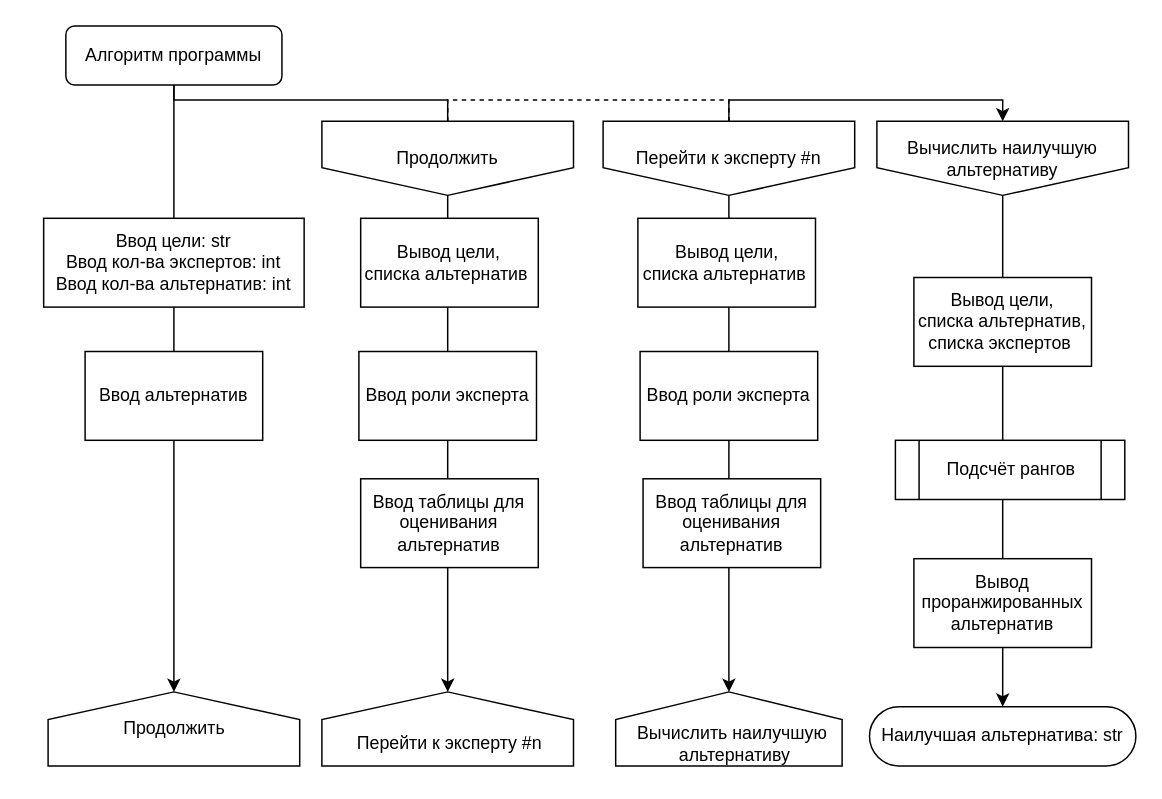
Luzinsan/tusur keeps this draw.io diagram as page "Алгоритм программы" (10 of 12) of 3_курс/5_семестр/ТСиСА/Курсовая/диаграммы.drawio. Above is the earlier version. Source tidied: cells renumbered, new cells numbered last; positions are measured from the earlier drawing's top-left corner, leaving out a move shared by most shapes. Both pictures are drawn from the tidied source at 148%, with x=0, y=0 at pixel (43, 25).
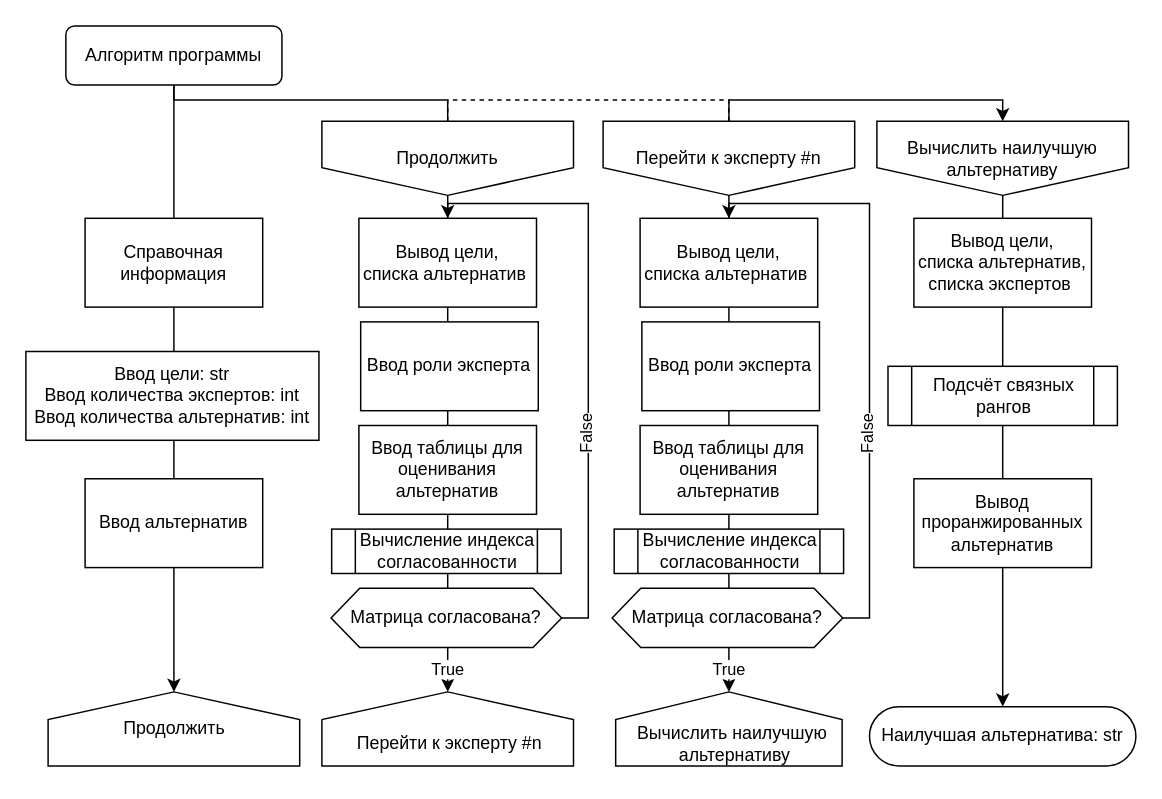
The same page after the edit.

Unchanged cells that the change refers to:
```xml
<mxCell id="10" style="shape=offPageConnector;whiteSpace=wrap;html=1;labelBackgroundColor=none;fontSize=12;rotation=-180;" parent="1" vertex="1">
  <mxGeometry x="188" y="450" width="170" height="50" as="geometry" />
</mxCell>
<mxCell id="12" value="&lt;span style=&quot;&quot;&gt;Продолжить&lt;/span&gt;" style="shape=offPageConnector;whiteSpace=wrap;html=1;labelBackgroundColor=none;fontSize=12;rotation=0;" parent="1" vertex="1">
  <mxGeometry x="188" y="64.5" width="170" height="50" as="geometry" />
</mxCell>
```

Diff of the diagram source:
```diff
@@
-    <mxCell id="7" value="&lt;font style=&quot;font-size: 12px;&quot;&gt;Подсчёт рангов&lt;/font&gt;" style="shape=process;whiteSpace=wrap;html=1;backgroundOutline=1;labelBackgroundColor=none;fontSize=9;" parent="1" vertex="1">
-      <mxGeometry x="575.5" y="280" width="155" height="40" as="geometry" />
+    <mxCell id="7" value="&lt;font style=&quot;font-size: 12px;&quot;&gt;Подсчёт связных рангов&lt;/font&gt;" style="shape=process;whiteSpace=wrap;html=1;backgroundOutline=1;labelBackgroundColor=none;fontSize=9;" parent="1" vertex="1">
+      <mxGeometry x="570.5" y="230" width="155" height="40" as="geometry" />
     </mxCell>
     <mxCell id="8" value="Ввод альтернатив" style="whiteSpace=wrap;html=1;" parent="1" vertex="1">
-      <mxGeometry x="28" y="220" width="120" height="60" as="geometry" />
+      <mxGeometry x="28" y="306" width="120" height="60" as="geometry" />
     </mxCell>
@@
-    <mxCell id="11" style="edgeStyle=orthogonalEdgeStyle;rounded=0;jettySize=auto;html=1;entryX=0.5;entryY=1;entryDx=0;entryDy=0;fontSize=12;" parent="1" edge="1" source="12" target="10">
+    <mxCell id="11" style="edgeStyle=orthogonalEdgeStyle;rounded=0;jettySize=auto;html=1;entryX=0.5;entryY=1;entryDx=0;entryDy=0;" parent="1" edge="1" source="12" target="10">
       <mxGeometry relative="1" as="geometry" />
     </mxCell>
+    <mxCell id="31" value="True" style="edgeLabel;html=1;align=center;verticalAlign=middle;" parent="11" vertex="1">
+      <mxGeometry x="0.75" y="-1" relative="1" as="geometry">
+        <mxPoint y="26" as="offset" />
+      </mxGeometry>
+    </mxCell>
@@
-    <mxCell id="15" value="Ввод роли эксперта" style="whiteSpace=wrap;html=1;" parent="1" vertex="1">
-      <mxGeometry x="213" y="220" width="120" height="60" as="geometry" />
-    </mxCell>
@@
-    <mxCell id="19" value="Ввод таблицы для оценивания альтернатив" style="whiteSpace=wrap;html=1;" parent="1" vertex="1">
-      <mxGeometry x="405" y="306" width="120" height="60" as="geometry" />
-    </mxCell>
@@
     <mxCell id="23" value="Вывод цели, &lt;br&gt;списка альтернатив,&lt;br&gt;списка экспертов&amp;nbsp;" style="whiteSpace=wrap;html=1;" parent="1" vertex="1">
-      <mxGeometry x="588" y="170" width="120" height="60" as="geometry" />
+      <mxGeometry x="588" y="130" width="120" height="60" as="geometry" />
     </mxCell>
     <mxCell id="24" value="Вывод проранжированных альтернатив" style="whiteSpace=wrap;html=1;" parent="1" vertex="1">
-      <mxGeometry x="588" y="360" width="120" height="60" as="geometry" />
+      <mxGeometry x="588" y="306" width="120" height="60" as="geometry" />
     </mxCell>
@@
-    <mxCell id="26" value="Ввод цели: str&lt;br&gt;Ввод кол-ва экспертов: int&lt;br&gt;Ввод кол-ва альтернатив: int" style="whiteSpace=wrap;html=1;" parent="1" vertex="1">
-      <mxGeometry y="130" width="176" height="60" as="geometry" />
+    <mxCell id="26" value="Ввод цели: str&lt;br&gt;Ввод количества экспертов: int&lt;br&gt;Ввод количества альтернатив: int" style="whiteSpace=wrap;html=1;" parent="1" vertex="1">
+      <mxGeometry x="-12" y="220" width="198" height="60" as="geometry" />
     </mxCell>
     <mxCell id="27" value="Вывод цели, &lt;br&gt;списка альтернатив&amp;nbsp;" style="whiteSpace=wrap;html=1;" parent="1" vertex="1">
-      <mxGeometry x="214.2" y="130" width="120" height="60" as="geometry" />
+      <mxGeometry x="213" y="130" width="120" height="60" as="geometry" />
     </mxCell>
     <mxCell id="28" value="Ввод таблицы для оценивания альтернатив" style="whiteSpace=wrap;html=1;" parent="1" vertex="1">
-      <mxGeometry x="214.2" y="306" width="120" height="60" as="geometry" />
+      <mxGeometry x="213" y="270" width="120" height="60" as="geometry" />
     </mxCell>
+    <mxCell id="32" value="Справочная информация" style="whiteSpace=wrap;html=1;" parent="1" vertex="1">
+      <mxGeometry x="28" y="130" width="120" height="60" as="geometry" />
+    </mxCell>
+    <mxCell id="33" style="edgeStyle=orthogonalEdgeStyle;rounded=0;jettySize=auto;html=1;entryX=0.5;entryY=0;entryDx=0;entryDy=0;" parent="1" edge="1" source="35" target="27">
+      <mxGeometry relative="1" as="geometry">
+        <Array as="points">
+          <mxPoint x="368" y="400" />
+          <mxPoint x="368" y="120" />
+          <mxPoint x="273" y="120" />
+        </Array>
+      </mxGeometry>
+    </mxCell>
+    <mxCell id="34" value="False" style="edgeLabel;html=1;align=center;verticalAlign=middle;rotation=0;horizontal=0;" parent="33" vertex="1">
+      <mxGeometry x="-0.3" y="2" relative="1" as="geometry" />
+    </mxCell>
+    <mxCell id="35" value="Матрица согласована?" style="shape=hexagon;perimeter=hexagonPerimeter2;whiteSpace=wrap;html=1;fixedSize=1;labelBackgroundColor=none;fontSize=12;size=19.379999999999995;" parent="1" vertex="1">
+      <mxGeometry x="194.2" y="380" width="155.8" height="40" as="geometry" />
+    </mxCell>
+    <mxCell id="15" value="Ввод роли эксперта" style="whiteSpace=wrap;html=1;" parent="1" vertex="1">
+      <mxGeometry x="214.2" y="200" width="120" height="60" as="geometry" />
+    </mxCell>
+    <mxCell id="36" value="True" style="edgeLabel;html=1;align=center;verticalAlign=middle;" parent="1" vertex="1">
+      <mxGeometry x="462" y="434.2" as="geometry" />
+    </mxCell>
     <mxCell id="29" value="Вывод цели, &lt;br&gt;списка альтернатив&amp;nbsp;" style="whiteSpace=wrap;html=1;" parent="1" vertex="1">
-      <mxGeometry x="401.5" y="130" width="120" height="60" as="geometry" />
+      <mxGeometry x="403" y="130" width="120" height="60" as="geometry" />
     </mxCell>
+    <mxCell id="19" value="Ввод таблицы для оценивания альтернатив" style="whiteSpace=wrap;html=1;" parent="1" vertex="1">
+      <mxGeometry x="403" y="270" width="120" height="60" as="geometry" />
+    </mxCell>
+    <mxCell id="37" style="edgeStyle=orthogonalEdgeStyle;rounded=0;jettySize=auto;html=1;entryX=0.5;entryY=0;entryDx=0;entryDy=0;" parent="1" edge="1" source="39" target="29">
+      <mxGeometry relative="1" as="geometry">
+        <Array as="points">
+          <mxPoint x="558" y="400" />
+          <mxPoint x="558" y="120" />
+          <mxPoint x="463" y="120" />
+        </Array>
+      </mxGeometry>
+    </mxCell>
+    <mxCell id="38" value="False" style="edgeLabel;html=1;align=center;verticalAlign=middle;rotation=0;horizontal=0;" parent="37" vertex="1">
+      <mxGeometry x="-0.3" y="2" relative="1" as="geometry" />
+    </mxCell>
+    <mxCell id="39" value="Матрица согласована?" style="shape=hexagon;perimeter=hexagonPerimeter2;whiteSpace=wrap;html=1;fixedSize=1;labelBackgroundColor=none;fontSize=12;size=19.379999999999995;" parent="1" vertex="1">
+      <mxGeometry x="384.1" y="380" width="155.8" height="40" as="geometry" />
+    </mxCell>
     <mxCell id="30" value="Ввод роли эксперта" style="whiteSpace=wrap;html=1;" parent="1" vertex="1">
-      <mxGeometry x="403" y="220" width="120" height="60" as="geometry" />
+      <mxGeometry x="404.2" y="200" width="120" height="60" as="geometry" />
     </mxCell>
+    <mxCell id="40" value="&lt;font style=&quot;font-size: 12px;&quot;&gt;Вычисление индекса согласованности&lt;/font&gt;" style="shape=process;whiteSpace=wrap;html=1;backgroundOutline=1;labelBackgroundColor=none;fontSize=9;" parent="1" vertex="1">
+      <mxGeometry x="194.6" y="340" width="155" height="30" as="geometry" />
+    </mxCell>
+    <mxCell id="41" value="&lt;font style=&quot;font-size: 12px;&quot;&gt;Вычисление индекса согласованности&lt;/font&gt;" style="shape=process;whiteSpace=wrap;html=1;backgroundOutline=1;labelBackgroundColor=none;fontSize=9;" parent="1" vertex="1">
+      <mxGeometry x="385.5" y="340" width="155" height="30" as="geometry" />
+    </mxCell>
```
